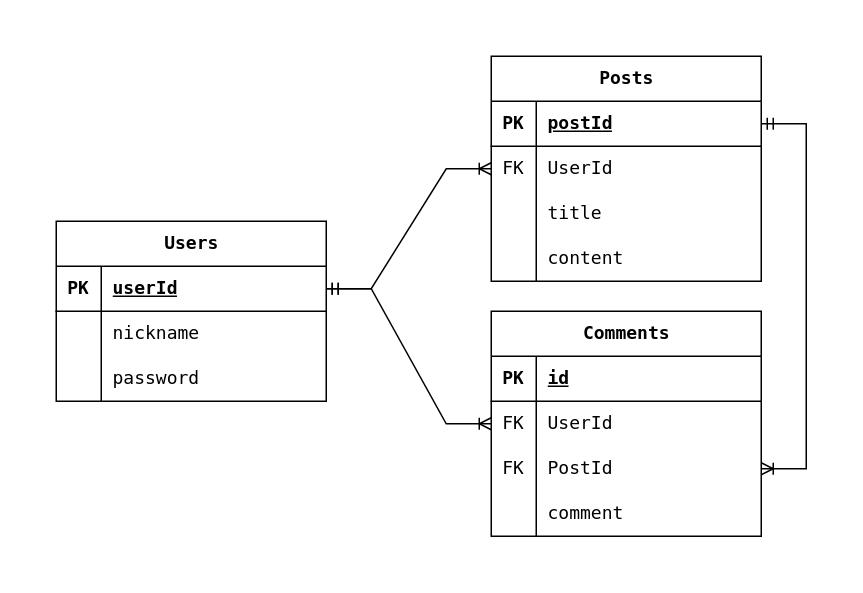
This is erd.drawio from JuhyuckHong/nodejs_assignment_2, a draw.io file, before an edit. Source tidied: cells renumbered, new cells numbered last; positions are measured from the earlier drawing's top-left corner, leaving out a move shared by most shapes. Both pictures are drawn from the tidied source at 150%, with x=0, y=0 at pixel (56, 56).
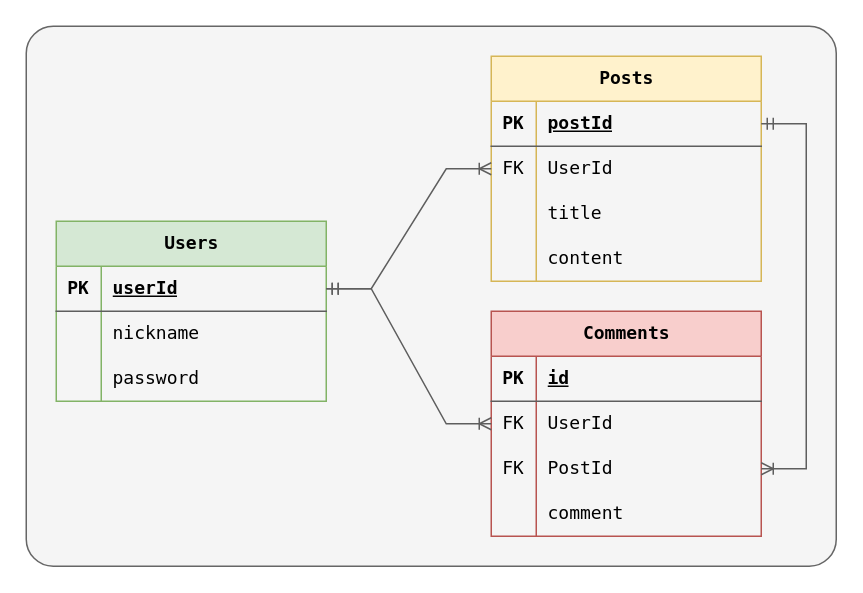
The same page after the edit.

Commit message (it also covers changes not shown here):
Modify ERD drawing and image

The edit, as a diff of the source:
```diff
@@
+    <mxCell id="41" style="rounded=1;whiteSpace=wrap;html=1;arcSize=5;fillColor=#f5f5f5;strokeColor=#666666;fontColor=#333333;" parent="1" vertex="1">
+      <mxGeometry x="-20" y="-20" width="540" height="360" as="geometry" />
+    </mxCell>
-    <mxCell id="2" value="Users" style="shape=table;startSize=30;childLayout=tableLayout;rowLines=0;fontStyle=1;align=center;html=1;fontFamily=Lucida Console;" parent="1" vertex="1">
+    <mxCell id="2" value="Users" style="shape=table;startSize=30;childLayout=tableLayout;rowLines=0;fontStyle=1;align=center;html=1;fontFamily=Lucida Console;strokeColor=#82b366;fillColor=#d5e8d4;" parent="1" vertex="1">
       <mxGeometry y="110" width="180" height="120" as="geometry" />
     </mxCell>
-    <mxCell id="3" style="shape=tableRow;horizontal=0;startSize=0;swimlaneHead=0;swimlaneBody=0;fillColor=none;points=[[0,0.5],[1,0.5]];portConstraint=eastwest;top=0;left=0;right=0;bottom=1;fontFamily=Lucida Console;" parent="2" vertex="1">
+    <mxCell id="3" style="shape=tableRow;horizontal=0;startSize=0;swimlaneHead=0;swimlaneBody=0;fillColor=none;points=[[0,0.5],[1,0.5]];portConstraint=eastwest;top=0;left=0;right=0;bottom=1;fontFamily=Lucida Console;strokeColor=#5E5E5E;" parent="2" vertex="1">
       <mxGeometry y="30" width="180" height="30" as="geometry" />
     </mxCell>
-    <mxCell id="4" value="PK" style="shape=partialRectangle;fillColor=none;top=0;left=0;bottom=0;right=0;fontStyle=1;overflow=hidden;whiteSpace=wrap;html=1;fontFamily=Lucida Console;" parent="3" vertex="1">
+    <mxCell id="4" value="PK" style="shape=partialRectangle;fillColor=none;top=0;left=0;bottom=0;right=0;fontStyle=1;overflow=hidden;whiteSpace=wrap;html=1;fontFamily=Lucida Console;strokeColor=#5E5E5E;" parent="3" vertex="1">
       <mxGeometry width="30" height="30" as="geometry" />
     </mxCell>
-    <mxCell id="5" value="userId" style="shape=partialRectangle;fillColor=none;top=0;left=0;bottom=0;right=0;align=left;spacingLeft=6;fontStyle=5;overflow=hidden;whiteSpace=wrap;html=1;fontFamily=Lucida Console;" parent="3" vertex="1">
+    <mxCell id="5" value="userId" style="shape=partialRectangle;fillColor=none;top=0;left=0;bottom=0;right=0;align=left;spacingLeft=6;fontStyle=5;overflow=hidden;whiteSpace=wrap;html=1;fontFamily=Lucida Console;strokeColor=#5E5E5E;" parent="3" vertex="1">
       <mxGeometry x="30" width="150" height="30" as="geometry" />
     </mxCell>
-    <mxCell id="6" style="shape=tableRow;horizontal=0;startSize=0;swimlaneHead=0;swimlaneBody=0;fillColor=none;top=0;left=0;right=0;bottom=0;fontFamily=Lucida Console;" parent="2" vertex="1">
+    <mxCell id="6" style="shape=tableRow;horizontal=0;startSize=0;swimlaneHead=0;swimlaneBody=0;fillColor=none;top=0;left=0;right=0;bottom=0;fontFamily=Lucida Console;strokeColor=#5E5E5E;" parent="2" vertex="1">
       <mxGeometry y="60" width="180" height="30" as="geometry" />
     </mxCell>
-    <mxCell id="7" style="shape=partialRectangle;fillColor=none;top=0;left=0;bottom=0;right=0;overflow=hidden;whiteSpace=wrap;html=1;fontFamily=Lucida Console;" parent="6" vertex="1">
+    <mxCell id="7" style="shape=partialRectangle;fillColor=none;top=0;left=0;bottom=0;right=0;overflow=hidden;whiteSpace=wrap;html=1;fontFamily=Lucida Console;strokeColor=#5E5E5E;" parent="6" vertex="1">
       <mxGeometry width="30" height="30" as="geometry" />
     </mxCell>
-    <mxCell id="8" value="nickname" style="shape=partialRectangle;fillColor=none;top=0;left=0;bottom=0;right=0;align=left;spacingLeft=6;overflow=hidden;whiteSpace=wrap;html=1;fontFamily=Lucida Console;" parent="6" vertex="1">
+    <mxCell id="8" value="nickname" style="shape=partialRectangle;fillColor=none;top=0;left=0;bottom=0;right=0;align=left;spacingLeft=6;overflow=hidden;whiteSpace=wrap;html=1;fontFamily=Lucida Console;strokeColor=#5E5E5E;" parent="6" vertex="1">
       <mxGeometry x="30" width="150" height="30" as="geometry" />
     </mxCell>
-    <mxCell id="9" style="shape=tableRow;horizontal=0;startSize=0;swimlaneHead=0;swimlaneBody=0;fillColor=none;top=0;left=0;right=0;bottom=0;fontFamily=Lucida Console;" parent="2" vertex="1">
+    <mxCell id="9" style="shape=tableRow;horizontal=0;startSize=0;swimlaneHead=0;swimlaneBody=0;fillColor=none;top=0;left=0;right=0;bottom=0;fontFamily=Lucida Console;strokeColor=#5E5E5E;" parent="2" vertex="1">
       <mxGeometry y="90" width="180" height="30" as="geometry" />
     </mxCell>
-    <mxCell id="10" style="shape=partialRectangle;fillColor=none;top=0;left=0;bottom=0;right=0;overflow=hidden;whiteSpace=wrap;html=1;fontFamily=Lucida Console;" parent="9" vertex="1">
+    <mxCell id="10" style="shape=partialRectangle;fillColor=none;top=0;left=0;bottom=0;right=0;overflow=hidden;whiteSpace=wrap;html=1;fontFamily=Lucida Console;strokeColor=#5E5E5E;" parent="9" vertex="1">
       <mxGeometry width="30" height="30" as="geometry" />
     </mxCell>
-    <mxCell id="11" value="password" style="shape=partialRectangle;fillColor=none;top=0;left=0;bottom=0;right=0;align=left;spacingLeft=6;overflow=hidden;whiteSpace=wrap;html=1;fontFamily=Lucida Console;" parent="9" vertex="1">
+    <mxCell id="11" value="password" style="shape=partialRectangle;fillColor=none;top=0;left=0;bottom=0;right=0;align=left;spacingLeft=6;overflow=hidden;whiteSpace=wrap;html=1;fontFamily=Lucida Console;strokeColor=#5E5E5E;" parent="9" vertex="1">
       <mxGeometry x="30" width="150" height="30" as="geometry" />
     </mxCell>
-    <mxCell id="12" value="Posts" style="shape=table;startSize=30;childLayout=tableLayout;rowLines=0;fontStyle=1;align=center;html=1;fontFamily=Lucida Console;" parent="1" vertex="1">
+    <mxCell id="12" value="Posts" style="shape=table;startSize=30;childLayout=tableLayout;rowLines=0;fontStyle=1;align=center;html=1;fontFamily=Lucida Console;strokeColor=#d6b656;fillColor=#fff2cc;" parent="1" vertex="1">
       <mxGeometry x="290" width="180" height="150" as="geometry" />
     </mxCell>
-    <mxCell id="13" style="shape=tableRow;horizontal=0;startSize=0;swimlaneHead=0;swimlaneBody=0;fillColor=none;points=[[0,0.5],[1,0.5]];portConstraint=eastwest;top=0;left=0;right=0;bottom=1;fontFamily=Lucida Console;" parent="12" vertex="1">
+    <mxCell id="13" style="shape=tableRow;horizontal=0;startSize=0;swimlaneHead=0;swimlaneBody=0;fillColor=none;points=[[0,0.5],[1,0.5]];portConstraint=eastwest;top=0;left=0;right=0;bottom=1;fontFamily=Lucida Console;strokeColor=#5E5E5E;" parent="12" vertex="1">
       <mxGeometry y="30" width="180" height="30" as="geometry" />
     </mxCell>
-    <mxCell id="14" value="PK" style="shape=partialRectangle;fillColor=none;top=0;left=0;bottom=0;right=0;fontStyle=1;overflow=hidden;whiteSpace=wrap;html=1;fontFamily=Lucida Console;" parent="13" vertex="1">
+    <mxCell id="14" value="PK" style="shape=partialRectangle;fillColor=none;top=0;left=0;bottom=0;right=0;fontStyle=1;overflow=hidden;whiteSpace=wrap;html=1;fontFamily=Lucida Console;strokeColor=#5E5E5E;" parent="13" vertex="1">
       <mxGeometry width="30" height="30" as="geometry" />
     </mxCell>
-    <mxCell id="15" value="postId" style="shape=partialRectangle;fillColor=none;top=0;left=0;bottom=0;right=0;align=left;spacingLeft=6;fontStyle=5;overflow=hidden;whiteSpace=wrap;html=1;fontFamily=Lucida Console;" parent="13" vertex="1">
+    <mxCell id="15" value="postId" style="shape=partialRectangle;fillColor=none;top=0;left=0;bottom=0;right=0;align=left;spacingLeft=6;fontStyle=5;overflow=hidden;whiteSpace=wrap;html=1;fontFamily=Lucida Console;strokeColor=#5E5E5E;" parent="13" vertex="1">
       <mxGeometry x="30" width="150" height="30" as="geometry" />
     </mxCell>
-    <mxCell id="16" style="shape=tableRow;horizontal=0;startSize=0;swimlaneHead=0;swimlaneBody=0;fillColor=none;points=[[0,0.5],[1,0.5]];portConstraint=eastwest;top=0;left=0;right=0;bottom=0;fontFamily=Lucida Console;" parent="12" vertex="1">
+    <mxCell id="16" style="shape=tableRow;horizontal=0;startSize=0;swimlaneHead=0;swimlaneBody=0;fillColor=none;points=[[0,0.5],[1,0.5]];portConstraint=eastwest;top=0;left=0;right=0;bottom=0;fontFamily=Lucida Console;strokeColor=#5E5E5E;" parent="12" vertex="1">
       <mxGeometry y="60" width="180" height="30" as="geometry" />
     </mxCell>
-    <mxCell id="17" value="FK" style="shape=partialRectangle;fillColor=none;top=0;left=0;bottom=0;right=0;overflow=hidden;whiteSpace=wrap;html=1;fontFamily=Lucida Console;" parent="16" vertex="1">
+    <mxCell id="17" value="FK" style="shape=partialRectangle;fillColor=none;top=0;left=0;bottom=0;right=0;overflow=hidden;whiteSpace=wrap;html=1;fontFamily=Lucida Console;strokeColor=#5E5E5E;" parent="16" vertex="1">
       <mxGeometry width="30" height="30" as="geometry" />
     </mxCell>
-    <mxCell id="18" value="UserId" style="shape=partialRectangle;fillColor=none;top=0;left=0;bottom=0;right=0;align=left;spacingLeft=6;overflow=hidden;whiteSpace=wrap;html=1;fontFamily=Lucida Console;" parent="16" vertex="1">
+    <mxCell id="18" value="UserId" style="shape=partialRectangle;fillColor=none;top=0;left=0;bottom=0;right=0;align=left;spacingLeft=6;overflow=hidden;whiteSpace=wrap;html=1;fontFamily=Lucida Console;strokeColor=#5E5E5E;" parent="16" vertex="1">
       <mxGeometry x="30" width="150" height="30" as="geometry" />
     </mxCell>
-    <mxCell id="19" style="shape=tableRow;horizontal=0;startSize=0;swimlaneHead=0;swimlaneBody=0;fillColor=none;top=0;left=0;right=0;bottom=0;fontFamily=Lucida Console;" parent="12" vertex="1">
+    <mxCell id="19" style="shape=tableRow;horizontal=0;startSize=0;swimlaneHead=0;swimlaneBody=0;fillColor=none;top=0;left=0;right=0;bottom=0;fontFamily=Lucida Console;strokeColor=#5E5E5E;" parent="12" vertex="1">
       <mxGeometry y="90" width="180" height="30" as="geometry" />
     </mxCell>
-    <mxCell id="20" style="shape=partialRectangle;fillColor=none;top=0;left=0;bottom=0;right=0;overflow=hidden;whiteSpace=wrap;html=1;fontFamily=Lucida Console;" parent="19" vertex="1">
+    <mxCell id="20" style="shape=partialRectangle;fillColor=none;top=0;left=0;bottom=0;right=0;overflow=hidden;whiteSpace=wrap;html=1;fontFamily=Lucida Console;strokeColor=#5E5E5E;" parent="19" vertex="1">
       <mxGeometry width="30" height="30" as="geometry" />
     </mxCell>
-    <mxCell id="21" value="title" style="shape=partialRectangle;fillColor=none;top=0;left=0;bottom=0;right=0;align=left;spacingLeft=6;overflow=hidden;whiteSpace=wrap;html=1;fontFamily=Lucida Console;" parent="19" vertex="1">
+    <mxCell id="21" value="title" style="shape=partialRectangle;fillColor=none;top=0;left=0;bottom=0;right=0;align=left;spacingLeft=6;overflow=hidden;whiteSpace=wrap;html=1;fontFamily=Lucida Console;strokeColor=#5E5E5E;" parent="19" vertex="1">
       <mxGeometry x="30" width="150" height="30" as="geometry" />
     </mxCell>
-    <mxCell id="22" style="shape=tableRow;horizontal=0;startSize=0;swimlaneHead=0;swimlaneBody=0;fillColor=none;top=0;left=0;right=0;bottom=0;fontFamily=Lucida Console;" parent="12" vertex="1">
+    <mxCell id="22" style="shape=tableRow;horizontal=0;startSize=0;swimlaneHead=0;swimlaneBody=0;fillColor=none;top=0;left=0;right=0;bottom=0;fontFamily=Lucida Console;strokeColor=#5E5E5E;" parent="12" vertex="1">
       <mxGeometry y="120" width="180" height="30" as="geometry" />
     </mxCell>
-    <mxCell id="23" style="shape=partialRectangle;fillColor=none;top=0;left=0;bottom=0;right=0;overflow=hidden;whiteSpace=wrap;html=1;fontFamily=Lucida Console;" parent="22" vertex="1">
+    <mxCell id="23" style="shape=partialRectangle;fillColor=none;top=0;left=0;bottom=0;right=0;overflow=hidden;whiteSpace=wrap;html=1;fontFamily=Lucida Console;strokeColor=#5E5E5E;" parent="22" vertex="1">
       <mxGeometry width="30" height="30" as="geometry" />
     </mxCell>
-    <mxCell id="24" value="content" style="shape=partialRectangle;fillColor=none;top=0;left=0;bottom=0;right=0;align=left;spacingLeft=6;overflow=hidden;whiteSpace=wrap;html=1;fontFamily=Lucida Console;" parent="22" vertex="1">
+    <mxCell id="24" value="content" style="shape=partialRectangle;fillColor=none;top=0;left=0;bottom=0;right=0;align=left;spacingLeft=6;overflow=hidden;whiteSpace=wrap;html=1;fontFamily=Lucida Console;strokeColor=#5E5E5E;" parent="22" vertex="1">
       <mxGeometry x="30" width="150" height="30" as="geometry" />
     </mxCell>
-    <mxCell id="25" value="Comments" style="shape=table;startSize=30;childLayout=tableLayout;rowLines=0;fontStyle=1;align=center;html=1;fontFamily=Lucida Console;" parent="1" vertex="1">
+    <mxCell id="25" value="Comments" style="shape=table;startSize=30;childLayout=tableLayout;rowLines=0;fontStyle=1;align=center;html=1;fontFamily=Lucida Console;strokeColor=#b85450;fillColor=#f8cecc;" parent="1" vertex="1">
       <mxGeometry x="290" y="170" width="180" height="150" as="geometry" />
     </mxCell>
-    <mxCell id="26" style="shape=tableRow;horizontal=0;startSize=0;swimlaneHead=0;swimlaneBody=0;fillColor=none;top=0;left=0;right=0;bottom=1;fontFamily=Lucida Console;" parent="25" vertex="1">
+    <mxCell id="26" style="shape=tableRow;horizontal=0;startSize=0;swimlaneHead=0;swimlaneBody=0;fillColor=none;top=0;left=0;right=0;bottom=1;fontFamily=Lucida Console;strokeColor=#5E5E5E;" parent="25" vertex="1">
       <mxGeometry y="30" width="180" height="30" as="geometry" />
     </mxCell>
-    <mxCell id="27" value="PK" style="shape=partialRectangle;fillColor=none;top=0;left=0;bottom=0;right=0;fontStyle=1;overflow=hidden;whiteSpace=wrap;html=1;fontFamily=Lucida Console;" parent="26" vertex="1">
+    <mxCell id="27" value="PK" style="shape=partialRectangle;fillColor=none;top=0;left=0;bottom=0;right=0;fontStyle=1;overflow=hidden;whiteSpace=wrap;html=1;fontFamily=Lucida Console;strokeColor=#5E5E5E;" parent="26" vertex="1">
       <mxGeometry width="30" height="30" as="geometry" />
     </mxCell>
-    <mxCell id="28" value="id" style="shape=partialRectangle;fillColor=none;top=0;left=0;bottom=0;right=0;align=left;spacingLeft=6;fontStyle=5;overflow=hidden;whiteSpace=wrap;html=1;fontFamily=Lucida Console;" parent="26" vertex="1">
+    <mxCell id="28" value="id" style="shape=partialRectangle;fillColor=none;top=0;left=0;bottom=0;right=0;align=left;spacingLeft=6;fontStyle=5;overflow=hidden;whiteSpace=wrap;html=1;fontFamily=Lucida Console;strokeColor=#5E5E5E;" parent="26" vertex="1">
       <mxGeometry x="30" width="150" height="30" as="geometry" />
     </mxCell>
-    <mxCell id="29" style="shape=tableRow;horizontal=0;startSize=0;swimlaneHead=0;swimlaneBody=0;fillColor=none;points=[[0,0.5],[1,0.5]];portConstraint=eastwest;top=0;left=0;right=0;bottom=0;fontFamily=Lucida Console;" parent="25" vertex="1">
+    <mxCell id="29" style="shape=tableRow;horizontal=0;startSize=0;swimlaneHead=0;swimlaneBody=0;fillColor=none;points=[[0,0.5],[1,0.5]];portConstraint=eastwest;top=0;left=0;right=0;bottom=0;fontFamily=Lucida Console;strokeColor=#5E5E5E;" parent="25" vertex="1">
       <mxGeometry y="60" width="180" height="30" as="geometry" />
     </mxCell>
-    <mxCell id="30" value="FK" style="shape=partialRectangle;fillColor=none;top=0;left=0;bottom=0;right=0;overflow=hidden;whiteSpace=wrap;html=1;fontFamily=Lucida Console;" parent="29" vertex="1">
+    <mxCell id="30" value="FK" style="shape=partialRectangle;fillColor=none;top=0;left=0;bottom=0;right=0;overflow=hidden;whiteSpace=wrap;html=1;fontFamily=Lucida Console;strokeColor=#5E5E5E;" parent="29" vertex="1">
       <mxGeometry width="30" height="30" as="geometry" />
     </mxCell>
-    <mxCell id="31" value="UserId" style="shape=partialRectangle;fillColor=none;top=0;left=0;bottom=0;right=0;align=left;spacingLeft=6;overflow=hidden;whiteSpace=wrap;html=1;fontFamily=Lucida Console;" parent="29" vertex="1">
+    <mxCell id="31" value="UserId" style="shape=partialRectangle;fillColor=none;top=0;left=0;bottom=0;right=0;align=left;spacingLeft=6;overflow=hidden;whiteSpace=wrap;html=1;fontFamily=Lucida Console;strokeColor=#5E5E5E;" parent="29" vertex="1">
       <mxGeometry x="30" width="150" height="30" as="geometry" />
     </mxCell>
-    <mxCell id="32" style="shape=tableRow;horizontal=0;startSize=0;swimlaneHead=0;swimlaneBody=0;fillColor=none;points=[[0,0.5],[1,0.5]];portConstraint=eastwest;top=0;left=0;right=0;bottom=0;fontFamily=Lucida Console;" parent="25" vertex="1">
+    <mxCell id="32" style="shape=tableRow;horizontal=0;startSize=0;swimlaneHead=0;swimlaneBody=0;fillColor=none;points=[[0,0.5],[1,0.5]];portConstraint=eastwest;top=0;left=0;right=0;bottom=0;fontFamily=Lucida Console;strokeColor=#5E5E5E;" parent="25" vertex="1">
       <mxGeometry y="90" width="180" height="30" as="geometry" />
     </mxCell>
-    <mxCell id="33" value="FK" style="shape=partialRectangle;fillColor=none;top=0;left=0;bottom=0;right=0;overflow=hidden;whiteSpace=wrap;html=1;fontFamily=Lucida Console;" parent="32" vertex="1">
+    <mxCell id="33" value="FK" style="shape=partialRectangle;fillColor=none;top=0;left=0;bottom=0;right=0;overflow=hidden;whiteSpace=wrap;html=1;fontFamily=Lucida Console;strokeColor=#5E5E5E;" parent="32" vertex="1">
       <mxGeometry width="30" height="30" as="geometry" />
     </mxCell>
-    <mxCell id="34" value="PostId" style="shape=partialRectangle;fillColor=none;top=0;left=0;bottom=0;right=0;align=left;spacingLeft=6;overflow=hidden;whiteSpace=wrap;html=1;fontFamily=Lucida Console;" parent="32" vertex="1">
+    <mxCell id="34" value="PostId" style="shape=partialRectangle;fillColor=none;top=0;left=0;bottom=0;right=0;align=left;spacingLeft=6;overflow=hidden;whiteSpace=wrap;html=1;fontFamily=Lucida Console;strokeColor=#5E5E5E;" parent="32" vertex="1">
       <mxGeometry x="30" width="150" height="30" as="geometry" />
     </mxCell>
-    <mxCell id="35" style="shape=tableRow;horizontal=0;startSize=0;swimlaneHead=0;swimlaneBody=0;fillColor=none;top=0;left=0;right=0;bottom=0;fontFamily=Lucida Console;" parent="25" vertex="1">
+    <mxCell id="35" style="shape=tableRow;horizontal=0;startSize=0;swimlaneHead=0;swimlaneBody=0;fillColor=none;top=0;left=0;right=0;bottom=0;fontFamily=Lucida Console;strokeColor=#5E5E5E;" parent="25" vertex="1">
       <mxGeometry y="120" width="180" height="30" as="geometry" />
     </mxCell>
-    <mxCell id="36" style="shape=partialRectangle;fillColor=none;top=0;left=0;bottom=0;right=0;overflow=hidden;whiteSpace=wrap;html=1;fontFamily=Lucida Console;" parent="35" vertex="1">
+    <mxCell id="36" style="shape=partialRectangle;fillColor=none;top=0;left=0;bottom=0;right=0;overflow=hidden;whiteSpace=wrap;html=1;fontFamily=Lucida Console;strokeColor=#5E5E5E;" parent="35" vertex="1">
       <mxGeometry width="30" height="30" as="geometry" />
     </mxCell>
-    <mxCell id="37" value="comment" style="shape=partialRectangle;fillColor=none;top=0;left=0;bottom=0;right=0;align=left;spacingLeft=6;overflow=hidden;whiteSpace=wrap;html=1;fontFamily=Lucida Console;" parent="35" vertex="1">
+    <mxCell id="37" value="comment" style="shape=partialRectangle;fillColor=none;top=0;left=0;bottom=0;right=0;align=left;spacingLeft=6;overflow=hidden;whiteSpace=wrap;html=1;fontFamily=Lucida Console;strokeColor=#5E5E5E;" parent="35" vertex="1">
       <mxGeometry x="30" width="150" height="30" as="geometry" />
     </mxCell>
-    <mxCell id="38" style="edgeStyle=entityRelationEdgeStyle;fontSize=12;html=1;endArrow=ERoneToMany;startArrow=ERmandOne;rounded=0;exitX=1;exitY=0.5;exitDx=0;exitDy=0;entryX=0;entryY=0.5;entryDx=0;entryDy=0;" parent="1" edge="1" source="3" target="16">
+    <mxCell id="38" style="edgeStyle=entityRelationEdgeStyle;fontSize=12;html=1;endArrow=ERoneToMany;startArrow=ERmandOne;rounded=0;exitX=1;exitY=0.5;exitDx=0;exitDy=0;entryX=0;entryY=0.5;entryDx=0;entryDy=0;strokeColor=#5E5E5E;" parent="1" edge="1" source="3" target="16">
       <mxGeometry relative="1" as="geometry" />
     </mxCell>
-    <mxCell id="39" style="edgeStyle=entityRelationEdgeStyle;fontSize=12;html=1;endArrow=ERoneToMany;startArrow=ERmandOne;rounded=0;exitX=1;exitY=0.5;exitDx=0;exitDy=0;entryX=0;entryY=0.5;entryDx=0;entryDy=0;" parent="1" edge="1" source="3" target="29">
+    <mxCell id="39" style="edgeStyle=entityRelationEdgeStyle;fontSize=12;html=1;endArrow=ERoneToMany;startArrow=ERmandOne;rounded=0;exitX=1;exitY=0.5;exitDx=0;exitDy=0;entryX=0;entryY=0.5;entryDx=0;entryDy=0;strokeColor=#5E5E5E;" parent="1" edge="1" source="3" target="29">
       <mxGeometry relative="1" as="geometry" />
     </mxCell>
-    <mxCell id="40" style="edgeStyle=entityRelationEdgeStyle;fontSize=12;html=1;endArrow=ERoneToMany;startArrow=ERmandOne;rounded=0;exitX=1;exitY=0.5;exitDx=0;exitDy=0;entryX=1;entryY=0.5;entryDx=0;entryDy=0;" parent="1" edge="1" source="13" target="32">
+    <mxCell id="40" style="edgeStyle=entityRelationEdgeStyle;fontSize=12;html=1;endArrow=ERoneToMany;startArrow=ERmandOne;rounded=0;exitX=1;exitY=0.5;exitDx=0;exitDy=0;entryX=1;entryY=0.5;entryDx=0;entryDy=0;strokeColor=#5E5E5E;" parent="1" edge="1" source="13" target="32">
       <mxGeometry relative="1" as="geometry" />
     </mxCell>
```
